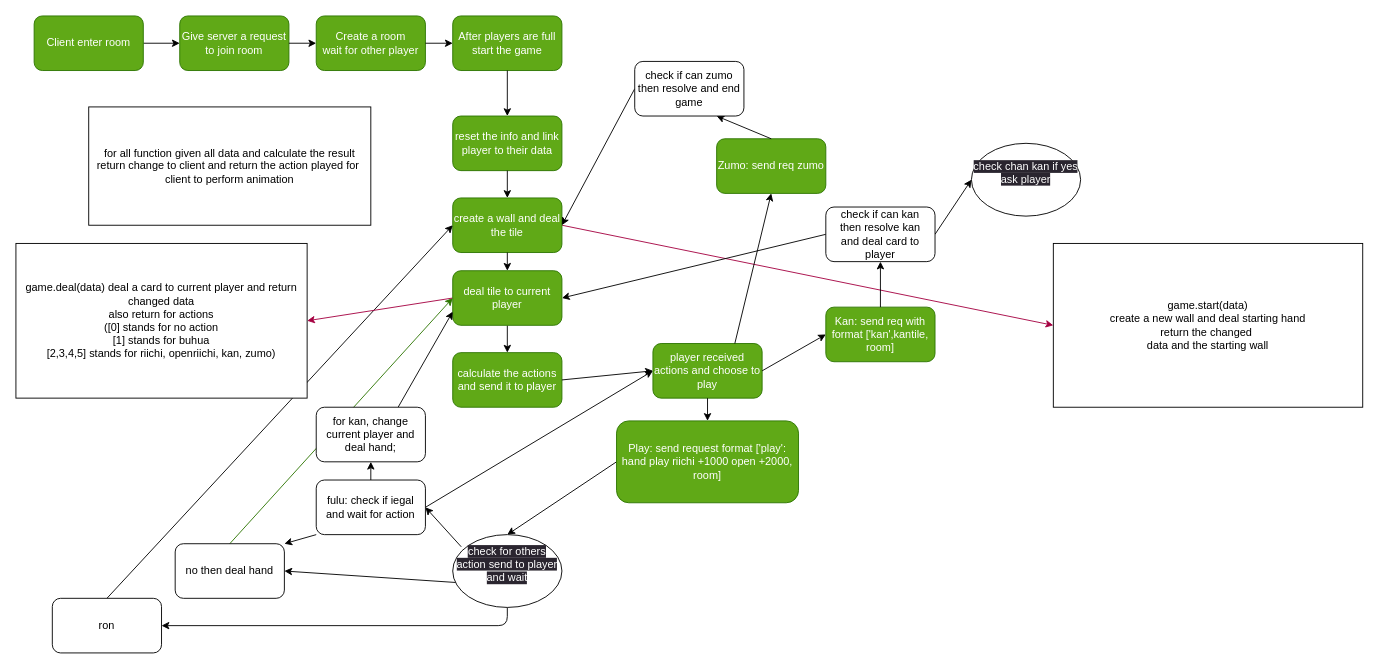
Earlier version of the draw.io diagram drawing.drawio (ck053/SyouHai). Source tidied: cells renumbered, new cells numbered last; positions are measured from the earlier drawing's top-left corner, leaving out a move shared by most shapes. Both pictures are drawn from the tidied source at 91%, with x=0, y=0 at pixel (15, 15).
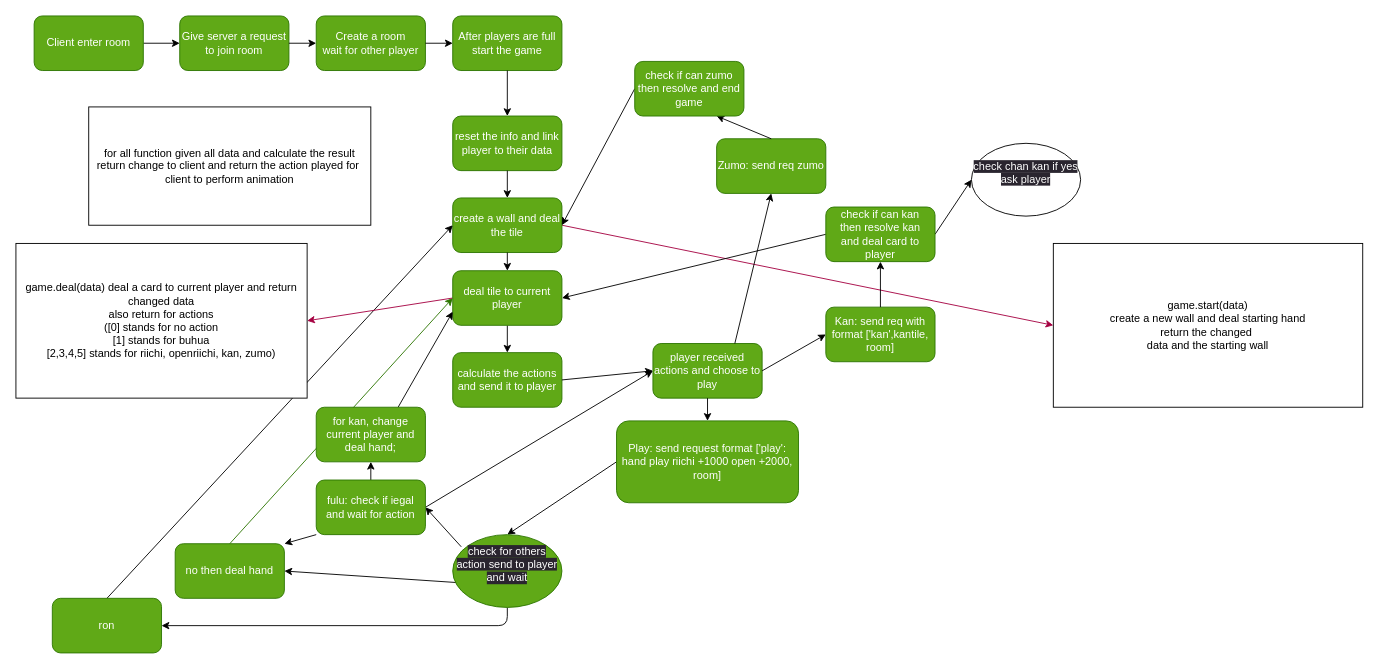
The same diagram, later.

Change to the diagram source:
```diff
@@
-    <mxCell id="27" value="check if can zumo&lt;br&gt;then resolve and end game" style="rounded=1;whiteSpace=wrap;html=1;" parent="1" vertex="1">
+    <mxCell id="27" value="check if can zumo&lt;br&gt;then resolve and end game" style="rounded=1;whiteSpace=wrap;html=1;fillColor=#60a917;fontColor=#ffffff;strokeColor=#2D7600;" parent="1" vertex="1">
       <mxGeometry x="680" y="50" width="120" height="60" as="geometry" />
     </mxCell>
@@
-    <mxCell id="30" value="check if can kan&lt;br&gt;then resolve kan&lt;br&gt;and deal card to player" style="rounded=1;whiteSpace=wrap;html=1;" parent="1" vertex="1">
+    <mxCell id="30" value="check if can kan&lt;br&gt;then resolve kan&lt;br&gt;and deal card to player" style="rounded=1;whiteSpace=wrap;html=1;fillColor=#60a917;fontColor=#ffffff;strokeColor=#2D7600;" parent="1" vertex="1">
       <mxGeometry x="890" y="210" width="120" height="60" as="geometry" />
     </mxCell>
@@
-    <mxCell id="35" value="ron" style="rounded=1;whiteSpace=wrap;html=1;" parent="1" vertex="1">
+    <mxCell id="35" value="ron" style="rounded=1;whiteSpace=wrap;html=1;fillColor=#60a917;fontColor=#ffffff;strokeColor=#2D7600;" parent="1" vertex="1">
       <mxGeometry x="40" y="640" width="120" height="60" as="geometry" />
     </mxCell>
@@
-    <mxCell id="37" value="no then deal hand" style="rounded=1;whiteSpace=wrap;html=1;" parent="1" vertex="1">
+    <mxCell id="37" value="no then deal hand" style="rounded=1;whiteSpace=wrap;html=1;fillColor=#60a917;fontColor=#ffffff;strokeColor=#2D7600;" parent="1" vertex="1">
       <mxGeometry x="175" y="580" width="120" height="60" as="geometry" />
     </mxCell>
@@
-    <mxCell id="41" value="fulu: check if iegal and wait for action" style="rounded=1;whiteSpace=wrap;html=1;" parent="1" vertex="1">
+    <mxCell id="41" value="fulu: check if iegal and wait for action" style="rounded=1;whiteSpace=wrap;html=1;fillColor=#60a917;fontColor=#ffffff;strokeColor=#2D7600;" parent="1" vertex="1">
       <mxGeometry x="330" y="510" width="120" height="60" as="geometry" />
     </mxCell>
@@
-    <mxCell id="43" value="&#10;&lt;span style=&quot;color: rgb(255, 255, 255); font-family: Helvetica; font-size: 12px; font-style: normal; font-variant-ligatures: normal; font-variant-caps: normal; font-weight: 400; letter-spacing: normal; orphans: 2; text-align: center; text-indent: 0px; text-transform: none; widows: 2; word-spacing: 0px; -webkit-text-stroke-width: 0px; background-color: rgb(42, 37, 47); text-decoration-thickness: initial; text-decoration-style: initial; text-decoration-color: initial; float: none; display: inline !important;&quot;&gt;check for others action send to player and wait&lt;/span&gt;&#10;&#10;" style="ellipse;whiteSpace=wrap;html=1;rounded=1;shadow=0;glass=0;sketch=0;gradientColor=none;" parent="1" vertex="1">
+    <mxCell id="43" value="&#10;&lt;span style=&quot;color: rgb(255, 255, 255); font-family: Helvetica; font-size: 12px; font-style: normal; font-variant-ligatures: normal; font-variant-caps: normal; font-weight: 400; letter-spacing: normal; orphans: 2; text-align: center; text-indent: 0px; text-transform: none; widows: 2; word-spacing: 0px; -webkit-text-stroke-width: 0px; background-color: rgb(42, 37, 47); text-decoration-thickness: initial; text-decoration-style: initial; text-decoration-color: initial; float: none; display: inline !important;&quot;&gt;check for others action send to player and wait&lt;/span&gt;&#10;&#10;" style="ellipse;whiteSpace=wrap;html=1;rounded=1;shadow=0;glass=0;sketch=0;fillColor=#60a917;fontColor=#ffffff;strokeColor=#2D7600;" parent="1" vertex="1">
       <mxGeometry x="480" y="570" width="120" height="80" as="geometry" />
     </mxCell>
@@
-    <mxCell id="51" value="for kan, change current player and deal hand;" style="rounded=1;whiteSpace=wrap;html=1;" parent="1" vertex="1">
+    <mxCell id="51" value="for kan, change current player and deal hand;" style="rounded=1;whiteSpace=wrap;html=1;fillColor=#60a917;fontColor=#ffffff;strokeColor=#2D7600;" parent="1" vertex="1">
       <mxGeometry x="330" y="430" width="120" height="60" as="geometry" />
     </mxCell>
```
